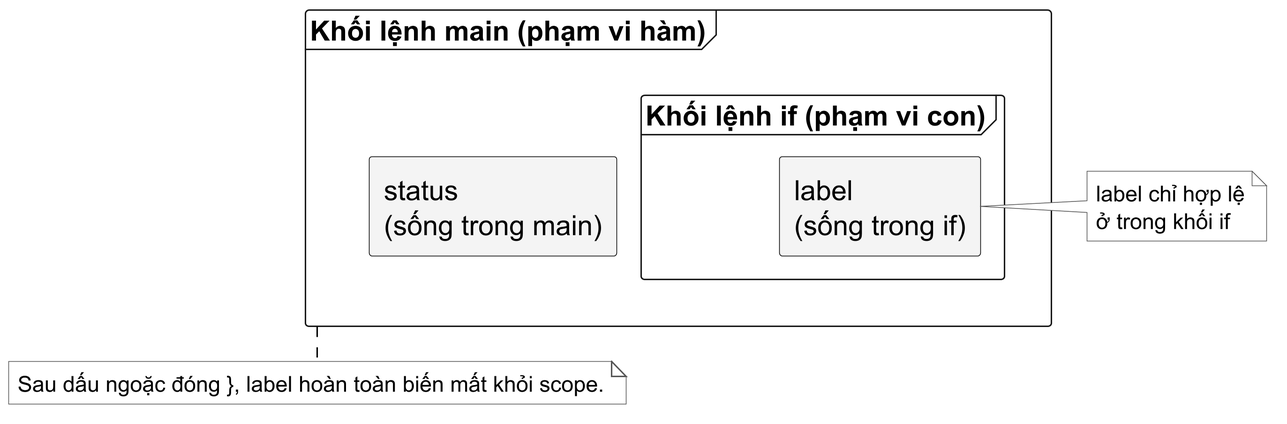
The PlantUML diagram assets/diagrams/go-scope-trace.png in Minhlike/Golang, before a commit.
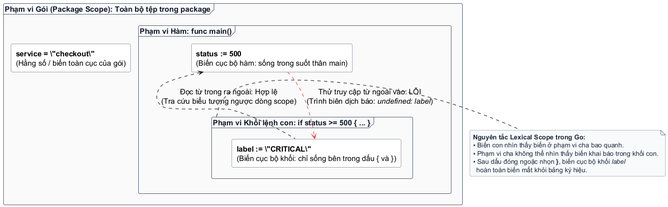
After the change.

What changed in the source:
```diff
@@ -1,35 +1,52 @@
 @startuml
-skinparamlocked dpi 300
-skinparam backgroundColor white
+skinparam backgroundColor #FFFFFF
+skinparam defaultFontName "Source Sans 3"
+skinparam defaultFontSize 16
 skinparam shadowing false
-skinparam defaultFontName "Source Sans 3"
-skinparam defaultFontSize 19
-skinparam defaultFontColor #000000
+skinparam roundCorner 6
+skinparam arrowColor #222222
+skinparam arrowThickness 1.2
+
+skinparam frame {
+  BackgroundColor #FAFAFA
+  BorderColor #475569
+  FontColor #0F172A
+  FontStyle bold
+}
+
 skinparam rectangle {
-  BackgroundColor #F4F4F4
-  BorderColor #000000
+  BackgroundColor #FFFFFF
+  BorderColor #334155
   FontColor #000000
-  RoundCorner 4
 }
-skinparam arrowColor #000000
+
 skinparam note {
-  BackgroundColor #FFFFFF
-  BorderColor #555555
-  FontColor #000000
-  FontName "Source Sans 3"
-  FontSize 15
+  BackgroundColor #F8FAFC
+  BorderColor #64748B
+  FontColor #1E293B
+  FontSize 14
 }
-frame "Khối lệnh main (phạm vi hàm)" as main {
-  rectangle "status\n(sống trong main)" as status
-  frame "Khối lệnh if (phạm vi con)" as ifblock {
-    rectangle "label\n(sống trong if)" as label
+
+frame "Phạm vi Gói (Package Scope): Toàn bộ tệp trong package" as pkg_scope {
+  rectangle "<b>service = \"checkout\"</b>\n(Hằng số / biến toàn cục của gói)" as pkg_const
+
+  frame "Phạm vi Hàm: func main()" as func_scope {
+    rectangle "<b>status := 500</b>\n(Biến cục bộ hàm: sống trong suốt thân main)" as status_var
+
+    frame "Phạm vi Khối lệnh con: if status >= 500 { ... }" as if_scope {
+      rectangle "<b>label := \"CRITICAL\"</b>\n(Biến cục bộ khối: chỉ sống bên trong dấu { và })" as label_var
+    }
   }
 }
-note right of label
-  label chỉ hợp lệ
-  ở trong khối if
-end note
-note bottom of main
-  Sau dấu ngoặc đóng }, label hoàn toàn biến mất khỏi scope.
+
+label_var .up.> status_var : Đọc từ trong ra ngoài: Hợp lệ\n(Tra cứu biểu tượng ngược dòng scope)
+status_var .[#EF4444]down.> label_var : Thử truy cập từ ngoài vào: LỖI\n(Trình biên dịch báo: <i>undefined: label</i>)
+
+note right of if_scope
+  <b>Nguyên tắc Lexical Scope trong Go:</b>
+  • Biến con nhìn thấy biến ở phạm vi cha bao quanh.
+  • Phạm vi cha không thể nhìn thấy biến khai báo trong khối con.
+  • Sau dấu đóng ngoặc nhọn <b>}</b>, biến cục bộ khối <i>label</i>
+    hoàn toàn biến mất khỏi bảng ký hiệu.
 end note
 @enduml
```
